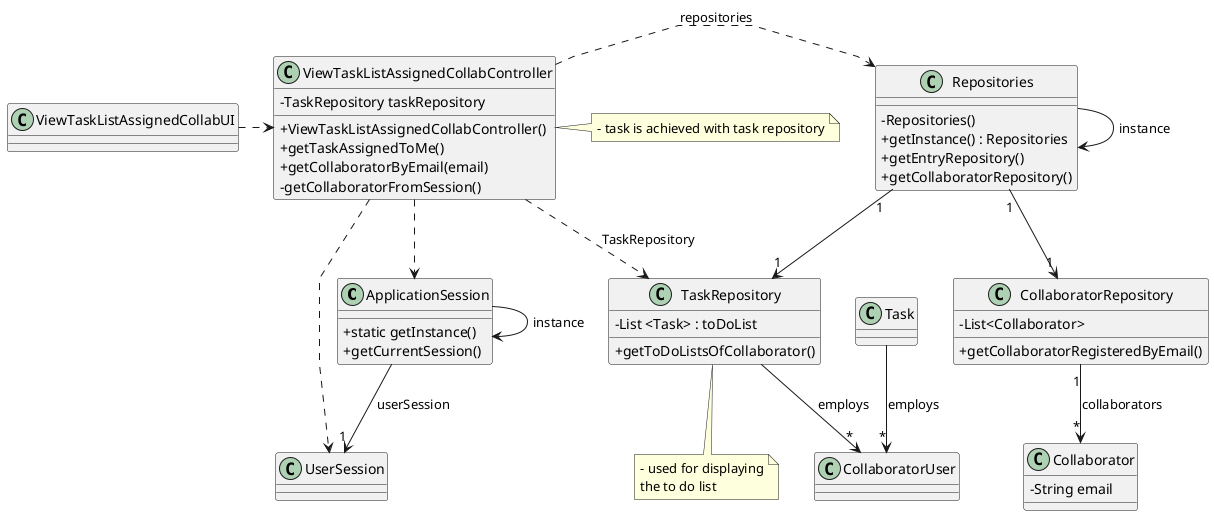
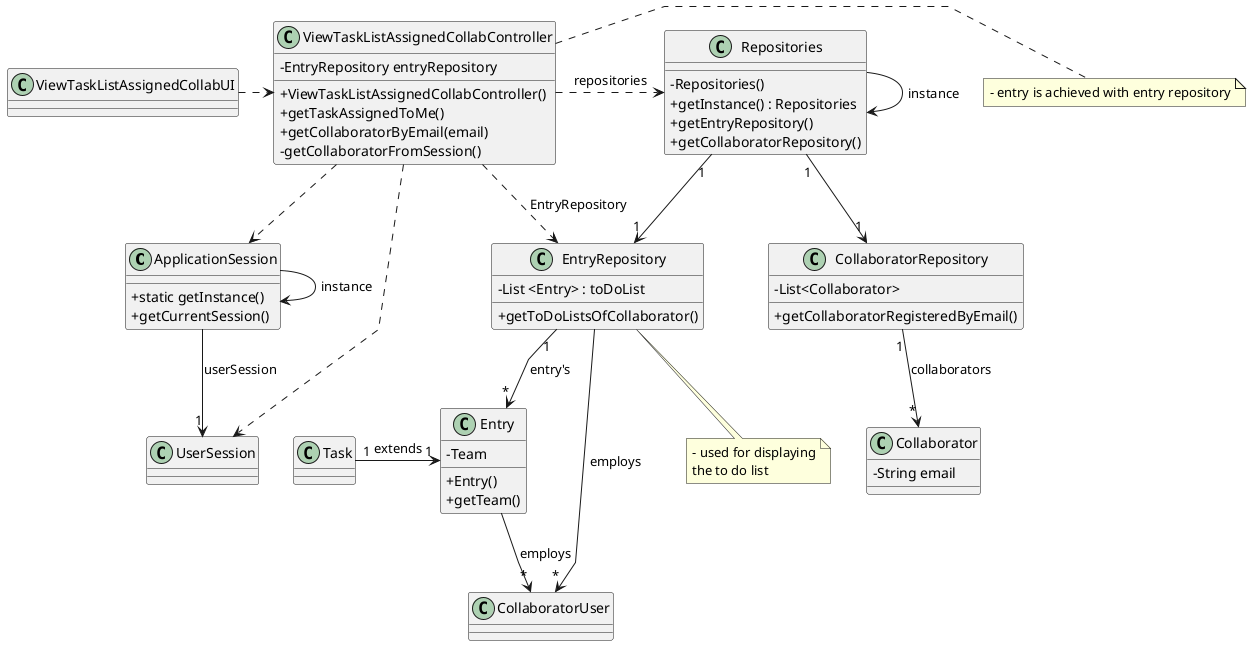
@startuml
'skinparam monochrome true
skinparam packageStyle rectangle
skinparam shadowing false
skinparam linetype polyline
'skinparam linetype orto

skinparam classAttributeIconSize 0

'left to right direction

class ApplicationSession{
    + static getInstance()
    + getCurrentSession()
}

class UserSession{
}

class Task{
}

class CollaboratorUser {
}

+ class Entry {
+     - Team
+     + Entry()
+     + getTeam()
+ }

- class TaskRepository {
-     - List <Task> : toDoList
+ 
+ class EntryRepository {
+     - List <Entry> : toDoList

    + getToDoListsOfCollaborator()
}

class CollaboratorRepository{
    - List<Collaborator>

    + getCollaboratorRegisteredByEmail()
}

class Collaborator {
    - String email
}


class Repositories {
    - Repositories()
    + getInstance() : Repositories
    + getEntryRepository()
    + getCollaboratorRepository()
}

class ViewTaskListAssignedCollabController {
-     - TaskRepository taskRepository
+     - EntryRepository entryRepository
    + ViewTaskListAssignedCollabController()
    + getTaskAssignedToMe()
    + getCollaboratorByEmail(email)
    - getCollaboratorFromSession()
}

class ViewTaskListAssignedCollabUI {
}

note right of ViewTaskListAssignedCollabController
-     - task is achieved with task repository
+     - entry is achieved with entry repository
end note

- note bottom of TaskRepository
+ note bottom of EntryRepository
    - used for displaying
    the to do list
end note

Repositories -> Repositories : instance
ApplicationSession -> ApplicationSession : instance

ViewTaskListAssignedCollabUI .> ViewTaskListAssignedCollabController

ViewTaskListAssignedCollabController .> Repositories : repositories
- Repositories "1" --> "1" TaskRepository
+ Repositories "1" --> "1" EntryRepository
Repositories "1" --> "1" CollaboratorRepository

- ViewTaskListAssignedCollabController ..> TaskRepository : TaskRepository
+ ViewTaskListAssignedCollabController ..> EntryRepository : EntryRepository


CollaboratorRepository "1" --> "*" Collaborator : collaborators

ApplicationSession --> "1" UserSession : userSession
ViewTaskListAssignedCollabController ..> ApplicationSession
ViewTaskListAssignedCollabController ..> UserSession
- TaskRepository --> "*" CollaboratorUser : employs
+ EntryRepository --> "*" CollaboratorUser : employs
+ EntryRepository "1" --> "*" Entry : entry's

- Task --> "*" CollaboratorUser : employs
- 
+ Entry --> "*" CollaboratorUser : employs
+ Task "1" -> "1" Entry : extends



@enduml